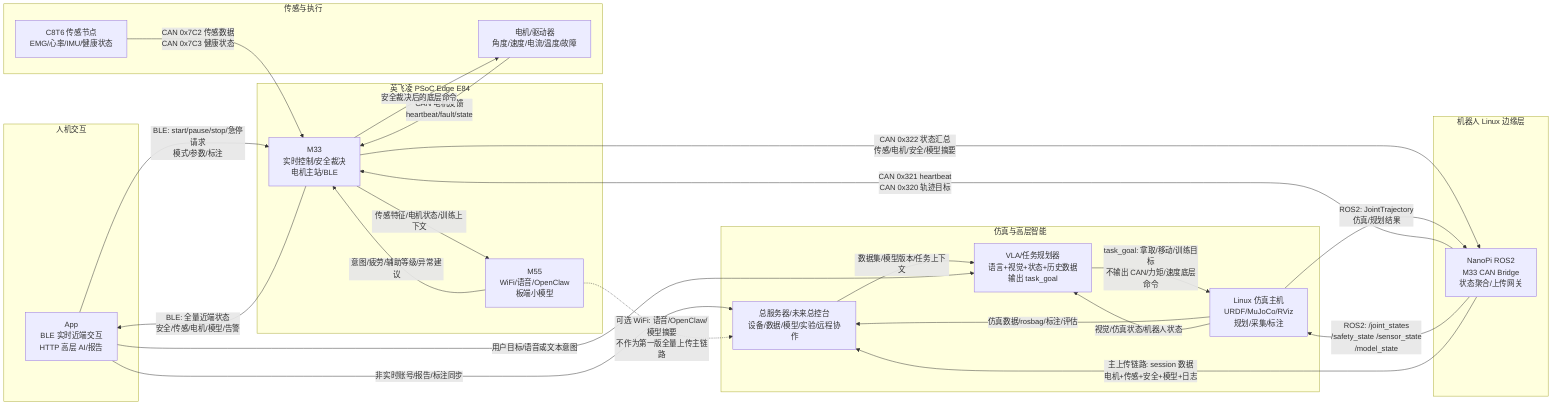
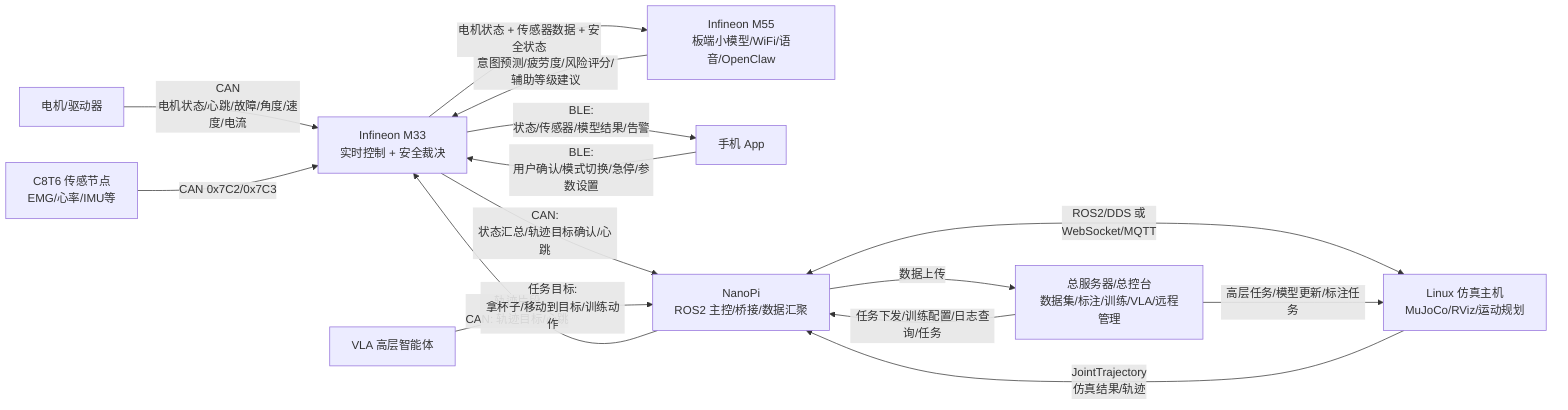
flowchart LR
-   subgraph HumanSide["人机交互"]
-     App["App\nBLE 实时近端交互\nHTTP 高层 AI/报告"]
-   end
+   Motors["电机/驱动器"]
+   C8T6["C8T6 传感节点\nEMG/心率/IMU等"]
+   M33["Infineon M33\n实时控制 + 安全裁决"]
+   M55["Infineon M55\n板端小模型/WiFi/语音/OpenClaw"]
+   App["手机 App"]
+   NanoPi["NanoPi\nROS2 主控/桥接/数据汇聚"]
+   VLA["VLA 高层智能体"]
+   Server["总服务器/总控台\n数据集/标注/训练/VLA/远程管理"]
+   Workstation["Linux 仿真主机\nMuJoCo/RViz/运动规划"]

-   subgraph EdgeMCU["英飞凌 PSoC Edge E84"]
-     M33["M33\n实时控制/安全裁决\n电机主站/BLE"]
-     M55["M55\nWiFi/语音/OpenClaw\n板端小模型"]
-   end
+   Motors -->|"CAN\n电机状态/心跳/故障/角度/速度/电流"| M33
+   C8T6 -->|"CAN 0x7C2/0x7C3"| M33

-   subgraph RobotBody["传感与执行"]
-     Motors["电机/驱动器\n角度/速度/电流/温度/故障"]
-     C8T6["C8T6 传感节点\nEMG/心率/IMU/健康状态"]
-   end
+   M33 -->|"电机状态 + 传感器数据 + 安全状态"| M55
+   M55 -->|"意图预测/疲劳度/风险评分/辅助等级建议"| M33

-   subgraph RobotLinux["机器人 Linux 边缘层"]
-     NanoPi["NanoPi ROS2\nM33 CAN Bridge\n状态聚合/上传网关"]
-   end
+   App -->|"BLE:\n用户确认/模式切换/急停/参数设置"| M33
+   M33 -->|"BLE:\n状态/传感器/模型结果/告警"| App

-   subgraph SimAndAI["仿真与高层智能"]
-     Workstation["Linux 仿真主机\nURDF/MuJoCo/RViz\n规划/采集/标注"]
-     Server["总服务器/未来总控台\n设备/数据/模型/实验/远程协作"]
-     VLA["VLA/任务规划器\n语言+视觉+状态+历史数据\n输出 task_goal"]
-   end
+   NanoPi -->|"轨迹片段\nCAN: 轨迹目标/心跳"| M33
+   M33 -->|"CAN:\n状态汇总/轨迹目标确认/心跳"| NanoPi

-   Motors -->|"CAN 电机反馈\nheartbeat/fault/state"| M33
-   C8T6 -->|"CAN 0x7C2 传感数据\nCAN 0x7C3 健康状态"| M33
+   NanoPi -->|"数据上传"| Server
+   NanoPi <-->|"ROS2/DDS 或\nWebSocket/MQTT"| Workstation

-   M33 -->|"传感特征/电机状态/训练上下文"| M55
-   M55 -->|"意图/疲劳/辅助等级/异常建议"| M33
- 
-   App -->|"BLE: start/pause/stop/急停请求\n模式/参数/标注"| M33
-   M33 -->|"BLE: 全量近端状态\n安全/传感/电机/模型/告警"| App
- 
-   M33 -->|"CAN 0x322 状态汇总\n传感/电机/安全/模型摘要"| NanoPi
-   NanoPi -->|"CAN 0x321 heartbeat\nCAN 0x320 轨迹目标"| M33
- 
-   NanoPi -->|"ROS2: /joint_states\n/safety_state /sensor_state\n/model_state"| Workstation
-   Workstation -->|"ROS2: JointTrajectory\n仿真/规划结果"| NanoPi
- 
-   NanoPi -->|"主上传链路: session 数据\n电机+传感+安全+模型+日志"| Server
-   Workstation -->|"仿真数据/rosbag/标注/评估"| Server
-   App -->|"非实时账号/报告/标注同步"| Server
-   M55 -.->|"可选 WiFi: 语音/OpenClaw/模型摘要\n不作为第一版全量上传主链路"| Server
- 
-   Server -->|"数据集/模型版本/任务上下文"| VLA
-   Workstation -->|"视觉/仿真状态/机器人状态"| VLA
-   App -->|"用户目标/语音或文本意图"| VLA
-   VLA -->|"task_goal: 拿取/移动/训练目标\n不输出 CAN/力矩/速度底层命令"| Workstation
- 
-   M33 -->|"安全裁决后的底层命令"| Motors
+   VLA -->|"任务目标:\n拿杯子/移动到目标/训练动作"| NanoPi
+   Server -->|"任务下发/训练配置/日志查询/任务"| NanoPi
+   Server -->|"高层任务/模型更新/标注任务"| Workstation
+   Workstation -->|"JointTrajectory\n仿真结果/轨迹"| NanoPi
